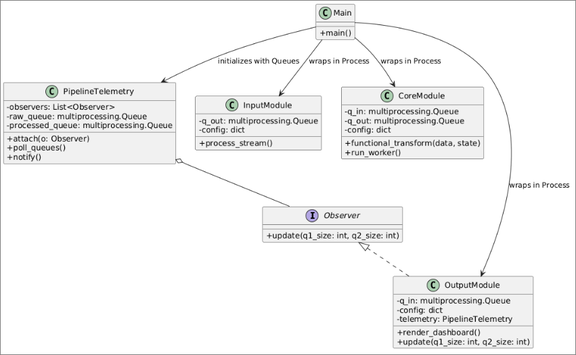
Above: classDiagram.png in MoosaTeam/Generic-Concurrent-Real-Time-Pipeline (PlantUML), before the change. Its source is kept beside it as classDiagram.puml.
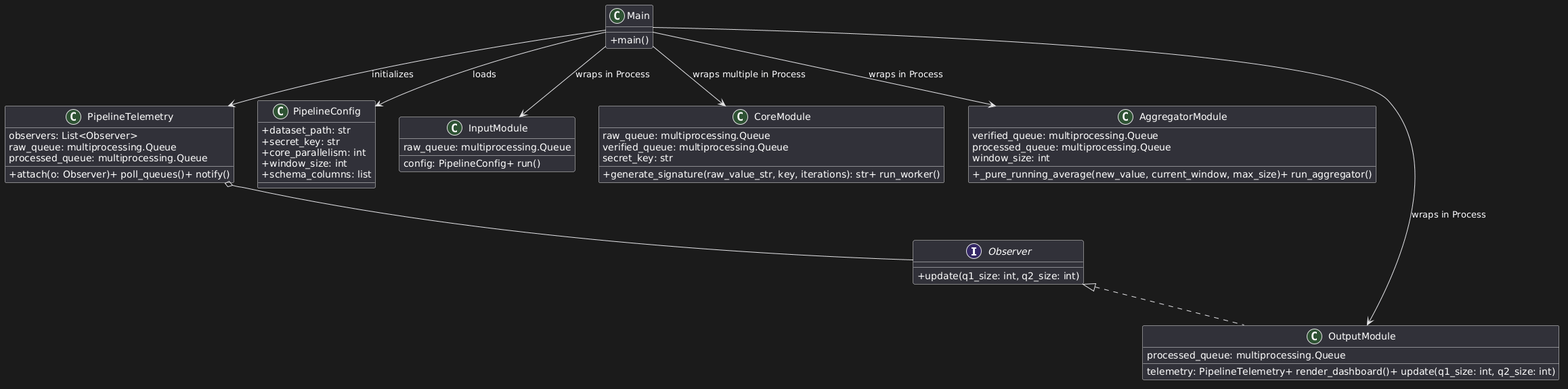
After the change.

Commit message:
Plant UML Changes

Change to the diagram source:
```diff
@@ -6,44 +6,59 @@
 }
 
 class PipelineTelemetry {
-    - observers: List<Observer>
-    - raw_queue: multiprocessing.Queue
-    - processed_queue: multiprocessing.Queue
-    + attach(o: Observer)
-    + poll_queues()
-    + notify()
+
+observers: List<Observer>
+raw_queue: multiprocessing.Queue
+processed_queue: multiprocessing.Queue
++ attach(o: Observer)+ poll_queues()+ notify()
+}
+
+class PipelineConfig {
+    + dataset_path: str
+    + secret_key: str
+    + core_parallelism: int
+    + window_size: int
+    + schema_columns: list
+}
+
+class InputModule {
+
+raw_queue: multiprocessing.Queue
+config: PipelineConfig+ run()
+}
+
+class CoreModule {
+
+raw_queue: multiprocessing.Queue
+verified_queue: multiprocessing.Queue
+secret_key: str
++ generate_signature(raw_value_str, key, iterations): str+ run_worker()
+}
+
+class AggregatorModule {
+
+verified_queue: multiprocessing.Queue
+processed_queue: multiprocessing.Queue
+window_size: int
++ _pure_running_average(new_value, current_window, max_size)+ run_aggregator()
+}
+
+class OutputModule {
+
+processed_queue: multiprocessing.Queue
+telemetry: PipelineTelemetry+ render_dashboard()+ update(q1_size: int, q2_size: int)
 }
 
 class Main {
     + main()
 }
 
-class InputModule {
-    - q_out: multiprocessing.Queue
-    - config: dict
-    + process_stream()
-}
-
-class CoreModule {
-    - q_in: multiprocessing.Queue
-    - q_out: multiprocessing.Queue
-    - config: dict
-    + functional_transform(data, state)
-    + run_worker()
-}
-
-class OutputModule {
-    - q_in: multiprocessing.Queue
-    - config: dict
-    - telemetry: PipelineTelemetry
-    + render_dashboard()
-    + update(q1_size: int, q2_size: int)
-}
-
 Observer <|.. OutputModule
 PipelineTelemetry o-- Observer
+Main --> PipelineConfig : loads
 Main --> InputModule : wraps in Process
-Main --> CoreModule : wraps in Process
+Main --> CoreModule : wraps multiple in Process
+Main --> AggregatorModule : wraps in Process
 Main --> OutputModule : wraps in Process
-Main --> PipelineTelemetry : initializes with Queues
+Main --> PipelineTelemetry : initializes
 @enduml
```
